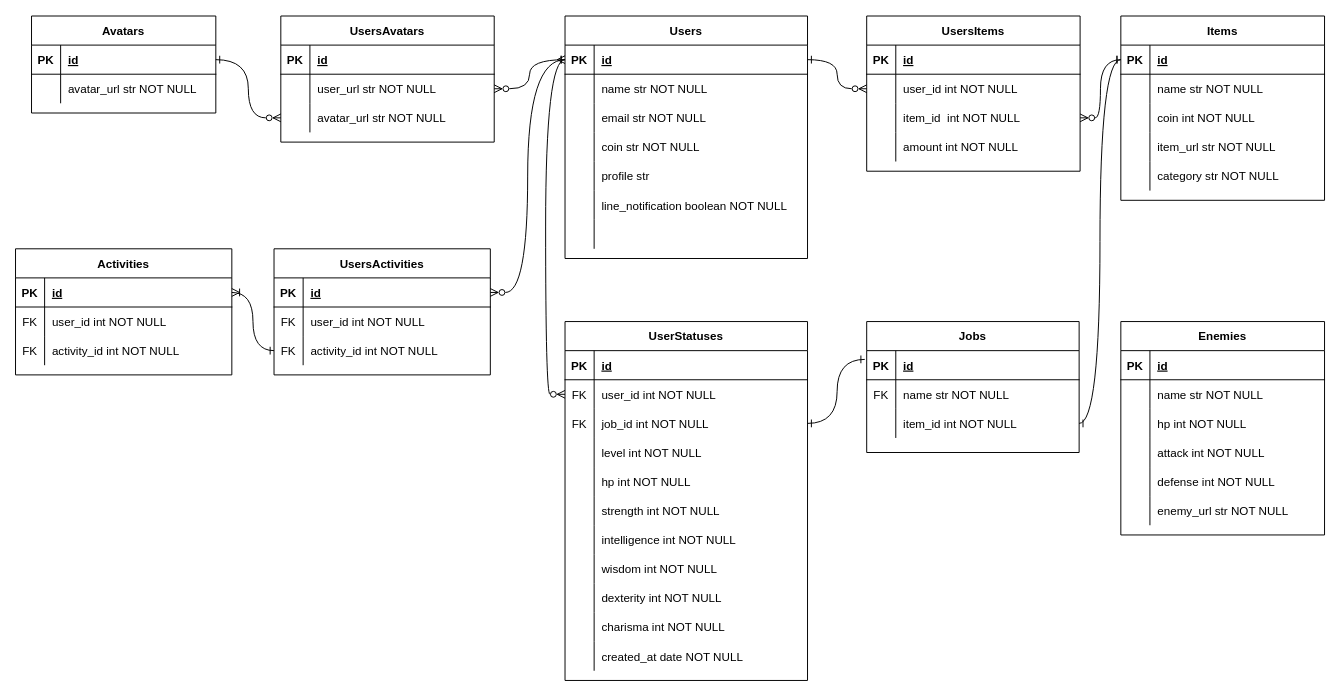
The draw.io diagram MAO_ER.drawio in MaTTalv001/MAO_the_3rd_Day, before the edit. Source tidied: cells renumbered, new cells numbered last; positions are measured from the earlier drawing's top-left corner, leaving out a move shared by most shapes. Both pictures are drawn from the tidied source at 97%, with x=0, y=0 at pixel (16, 16).
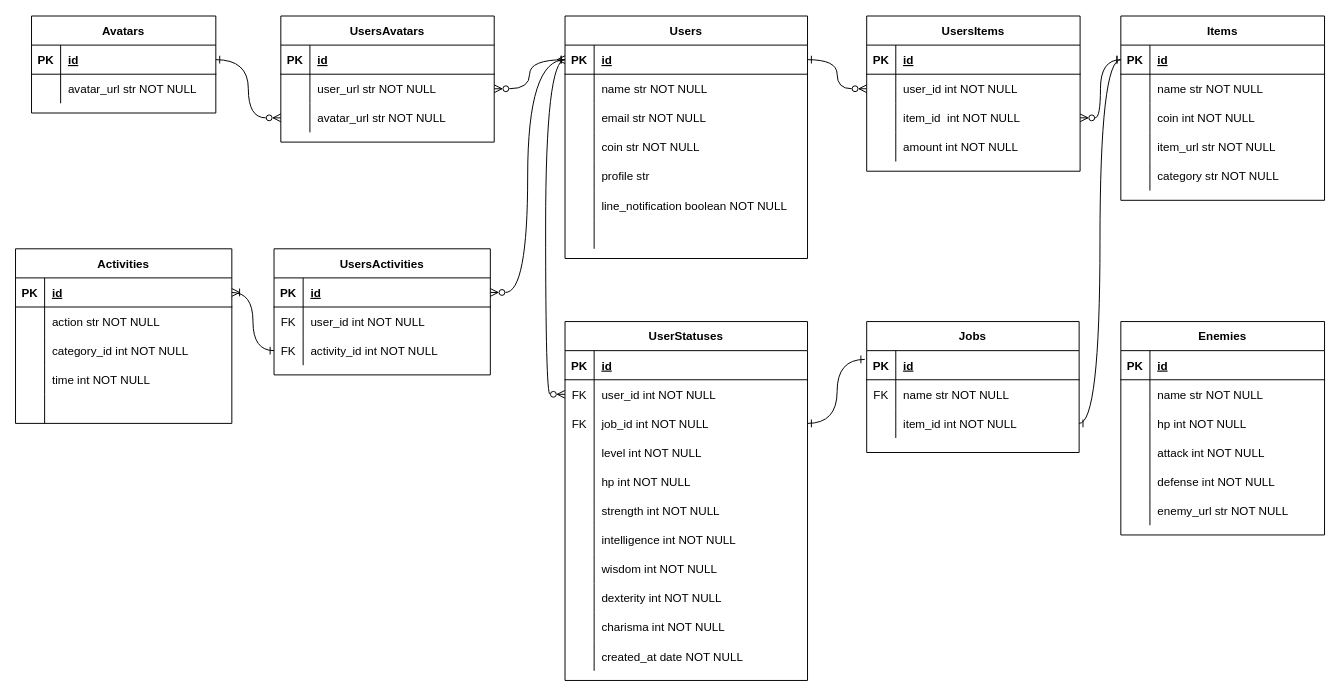
The same diagram, later.

Commit message (it also covers changes not shown here):
MAO_ER.drawio を更新します

Unchanged cells that the change refers to:
```xml
<mxCell id="155" style="shape=partialRectangle;fillColor=none;top=0;left=0;right=0;bottom=0;" parent="151" vertex="1">
  <mxGeometry y="60" width="223" height="30" as="geometry" />
</mxCell>
<mxCell id="158" style="shape=partialRectangle;fillColor=none;top=0;left=0;right=0;bottom=0;" parent="151" vertex="1">
  <mxGeometry y="90" width="223" height="30" as="geometry" />
</mxCell>
```

Diff of the diagram source:
```diff
@@
     <mxCell id="151" value="Activities" style="shape=table;startSize=30;childLayout=tableLayout;rowLines=0;fontStyle=1;align=center;" parent="1" vertex="1">
-      <mxGeometry x="-0.5" y="240" width="223" height="130" as="geometry" />
+      <mxGeometry x="-0.5" y="240" width="223" height="180" as="geometry" />
     </mxCell>
@@
-    <mxCell id="156" value="FK" style="shape=partialRectangle;overflow=hidden;fillColor=none;top=0;left=0;bottom=0;right=0;" parent="155" vertex="1">
+    <mxCell id="156" style="shape=partialRectangle;overflow=hidden;fillColor=none;top=0;left=0;bottom=0;right=0;" parent="155" vertex="1">
       <mxGeometry width="30" height="30" as="geometry" />
     </mxCell>
-    <mxCell id="157" value="user_id int NOT NULL" style="shape=partialRectangle;overflow=hidden;fillColor=none;top=0;left=0;bottom=0;right=0;align=left;spacingLeft=6;" parent="155" vertex="1">
+    <mxCell id="157" value="action str NOT NULL" style="shape=partialRectangle;overflow=hidden;fillColor=none;top=0;left=0;bottom=0;right=0;align=left;spacingLeft=6;" parent="155" vertex="1">
       <mxGeometry x="30" width="193" height="30" as="geometry" />
     </mxCell>
@@
-    <mxCell id="159" value="FK" style="shape=partialRectangle;overflow=hidden;fillColor=none;top=0;left=0;bottom=0;right=0;" parent="158" vertex="1">
+    <mxCell id="159" style="shape=partialRectangle;overflow=hidden;fillColor=none;top=0;left=0;bottom=0;right=0;" parent="158" vertex="1">
       <mxGeometry width="30" height="30" as="geometry" />
     </mxCell>
-    <mxCell id="160" value="activity_id int NOT NULL" style="shape=partialRectangle;overflow=hidden;fillColor=none;top=0;left=0;bottom=0;right=0;align=left;spacingLeft=6;" parent="158" vertex="1">
+    <mxCell id="160" value="category_id int NOT NULL" style="shape=partialRectangle;overflow=hidden;fillColor=none;top=0;left=0;bottom=0;right=0;align=left;spacingLeft=6;" parent="158" vertex="1">
       <mxGeometry x="30" width="193" height="30" as="geometry" />
     </mxCell>
+    <mxCell id="162" style="shape=partialRectangle;fillColor=none;top=0;left=0;right=0;bottom=0;" parent="151" vertex="1">
+      <mxGeometry y="120" width="223" height="30" as="geometry" />
+    </mxCell>
+    <mxCell id="163" style="shape=partialRectangle;overflow=hidden;fillColor=none;top=0;left=0;bottom=0;right=0;" parent="162" vertex="1">
+      <mxGeometry width="30" height="30" as="geometry" />
+    </mxCell>
+    <mxCell id="164" value="time int NOT NULL" style="shape=partialRectangle;overflow=hidden;fillColor=none;top=0;left=0;bottom=0;right=0;align=left;spacingLeft=6;" parent="162" vertex="1">
+      <mxGeometry x="30" width="193" height="30" as="geometry" />
+    </mxCell>
+    <mxCell id="165" style="shape=partialRectangle;fillColor=none;top=0;left=0;right=0;bottom=0;" parent="151" vertex="1">
+      <mxGeometry y="150" width="223" height="30" as="geometry" />
+    </mxCell>
+    <mxCell id="166" style="shape=partialRectangle;overflow=hidden;fillColor=none;top=0;left=0;bottom=0;right=0;" parent="165" vertex="1">
+      <mxGeometry width="30" height="30" as="geometry" />
+    </mxCell>
+    <mxCell id="167" style="shape=partialRectangle;overflow=hidden;fillColor=none;top=0;left=0;bottom=0;right=0;align=left;spacingLeft=6;" parent="165" vertex="1">
+      <mxGeometry x="30" width="193" height="30" as="geometry" />
+    </mxCell>
```
